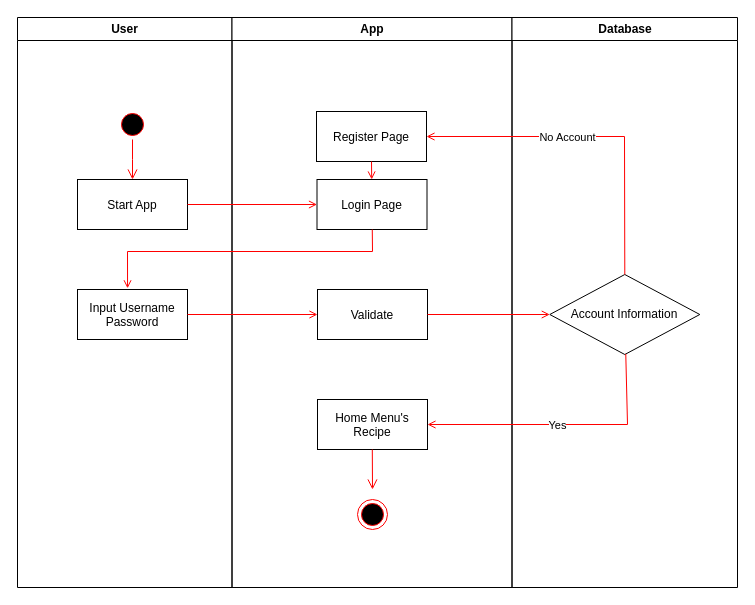
This is PAM_UML_ACTIVITY.drawio from MFaisal00359/Kamu-nanyeaa, a draw.io file, before an edit. Source tidied: cells renumbered, new cells numbered last; positions are measured from the earlier drawing's top-left corner, leaving out a move shared by most shapes. Both pictures are drawn from the tidied source at 100%, with x=0, y=0 at pixel (17, 17).
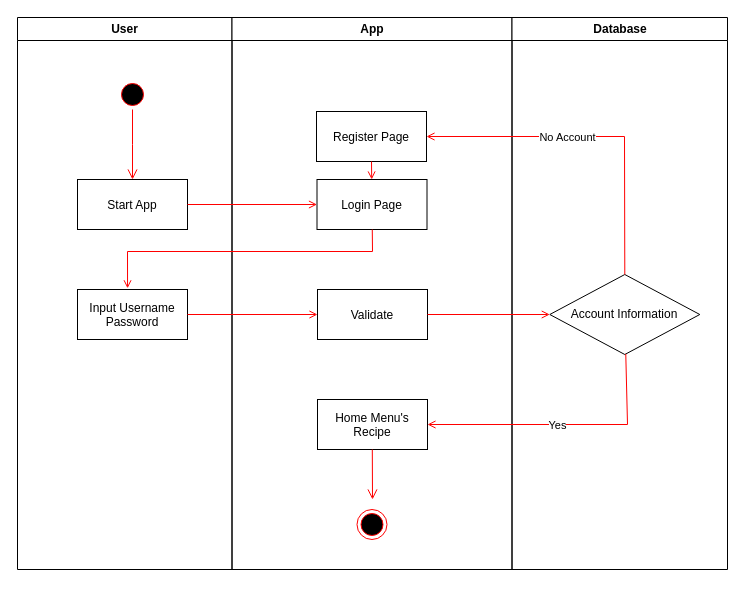
Above is the later version.

Unchanged cells that the change refers to:
```xml
<mxCell id="7" value="Start App" parent="3" vertex="1">
  <mxGeometry x="-154.5" y="162" width="110" height="50" as="geometry" />
</mxCell>
```

The edit, as a diff of the source:
```diff
@@
     <mxCell id="2" value="User" style="swimlane;whiteSpace=wrap;startSize=23;" parent="1" vertex="1">
-      <mxGeometry width="214.5" height="570" as="geometry" />
+      <mxGeometry width="214.5" height="552" as="geometry" />
     </mxCell>
+    <mxCell id="5" style="ellipse;shape=startState;fillColor=#000000;strokeColor=#ff0000;" parent="2" vertex="1">
+      <mxGeometry x="100" y="62" width="30" height="30" as="geometry" />
+    </mxCell>
     <mxCell id="3" value="App" style="swimlane;whiteSpace=wrap;startSize=23;" parent="1" vertex="1">
-      <mxGeometry x="214.5" width="280" height="570" as="geometry" />
+      <mxGeometry x="214.5" width="280" height="552" as="geometry" />
     </mxCell>
     <mxCell id="4" style="ellipse;shape=endState;fillColor=#000000;strokeColor=#ff0000;" parent="3" vertex="1">
-      <mxGeometry x="125.5" y="482" width="30" height="30" as="geometry" />
+      <mxGeometry x="125" y="492" width="30" height="30" as="geometry" />
     </mxCell>
-    <mxCell id="5" style="ellipse;shape=startState;fillColor=#000000;strokeColor=#ff0000;" parent="3" vertex="1">
-      <mxGeometry x="-114.5" y="92" width="30" height="30" as="geometry" />
-    </mxCell>
-    <mxCell id="6" style="edgeStyle=elbowEdgeStyle;elbow=horizontal;verticalAlign=bottom;endArrow=open;endSize=8;strokeColor=#FF0000;endFill=1;rounded=0;" parent="3" edge="1" source="5" target="7">
-      <mxGeometry x="-114.5" y="40" as="geometry" />
-    </mxCell>
@@
     <mxCell id="17" style="edgeStyle=elbowEdgeStyle;elbow=horizontal;verticalAlign=bottom;endArrow=open;endSize=8;strokeColor=#FF0000;endFill=1;rounded=0;" parent="3" edge="1">
       <mxGeometry x="-114.5" y="40" as="geometry">
         <mxPoint x="140.3" y="432" as="sourcePoint" />
-        <mxPoint x="140.3" y="472" as="targetPoint" />
+        <mxPoint x="140.5" y="482" as="targetPoint" />
       </mxGeometry>
     </mxCell>
     <mxCell id="18" value="Database" style="swimlane;whiteSpace=wrap;" parent="1" vertex="1">
-      <mxGeometry x="494.5" width="225.5" height="570" as="geometry" />
+      <mxGeometry x="494.5" width="215.5" height="552" as="geometry" />
     </mxCell>
@@
+    <mxCell id="6" style="edgeStyle=elbowEdgeStyle;elbow=horizontal;verticalAlign=bottom;endArrow=open;endSize=8;strokeColor=#FF0000;endFill=1;rounded=0;" parent="1" edge="1" source="5" target="7">
+      <mxGeometry x="330" y="168" as="geometry" />
+    </mxCell>
```
